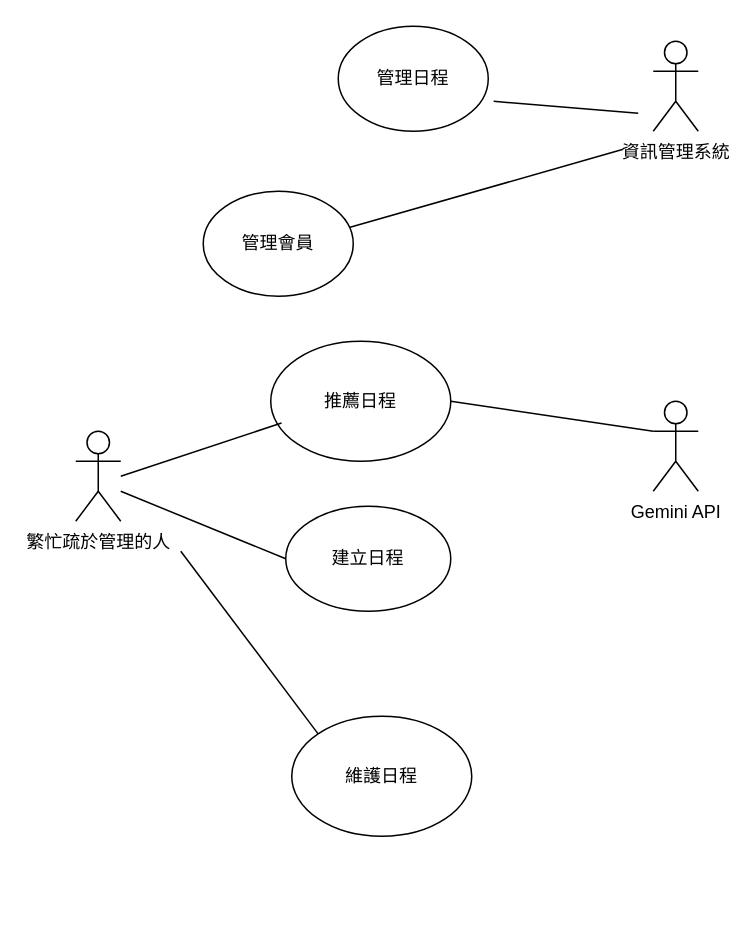
Earlier version of the draw.io diagram page "使用個案圖" (1 of 5) of 系統設計圖/總審UML.drawio (Kevincheng0804/Graduation-Topic). Source tidied: cells renumbered, new cells numbered last; positions are measured from the earlier drawing's top-left corner, leaving out a move shared by most shapes. Both pictures are drawn from the tidied source at 150%, with x=0, y=0 at pixel (75, 26).
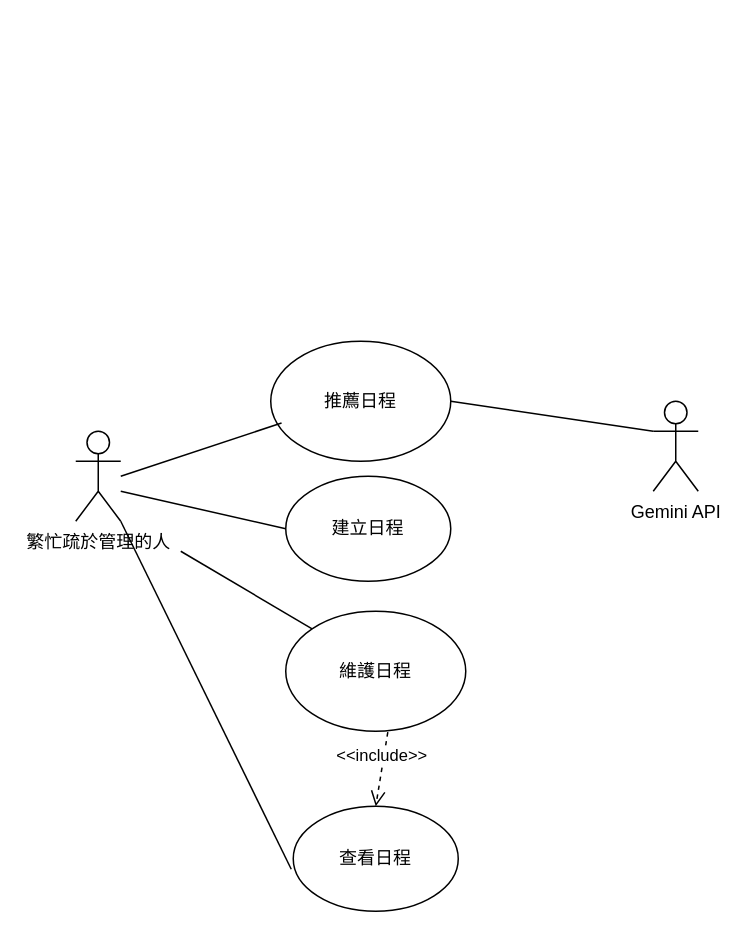
The same diagram, later.

Change to the diagram source:
```diff
@@
 <mxGraphModel>
   <root>
     <mxCell id="0" />
     <mxCell id="1" parent="0" />
     <mxCell id="2" value="繁忙疏於管理的人&lt;div&gt;&lt;br&gt;&lt;/div&gt;" style="shape=umlActor;verticalLabelPosition=bottom;verticalAlign=top;html=1;outlineConnect=0;" parent="1" vertex="1">
       <mxGeometry y="270" width="30" height="60" as="geometry" />
     </mxCell>
-    <mxCell id="3" value="管理會員" style="ellipse;whiteSpace=wrap;html=1;" parent="1" vertex="1">
-      <mxGeometry x="85" y="110" width="100" height="70" as="geometry" />
-    </mxCell>
     <mxCell id="4" value="建立日程" style="ellipse;whiteSpace=wrap;html=1;" parent="1" vertex="1">
-      <mxGeometry x="140" y="320" width="110" height="70" as="geometry" />
+      <mxGeometry x="140" y="300" width="110" height="70" as="geometry" />
     </mxCell>
     <mxCell id="5" value="維護日程" style="ellipse;whiteSpace=wrap;html=1;" parent="1" vertex="1">
-      <mxGeometry x="144" y="460" width="120" height="80" as="geometry" />
+      <mxGeometry x="140" y="390" width="120" height="80" as="geometry" />
     </mxCell>
-    <mxCell id="6" value="資訊管理系統" style="shape=umlActor;verticalLabelPosition=bottom;verticalAlign=top;html=1;" parent="1" vertex="1">
-      <mxGeometry x="385" y="10" width="30" height="60" as="geometry" />
-    </mxCell>
     <mxCell id="7" style="endArrow=none;html=1;rounded=0;entryX=0;entryY=0.5;entryDx=0;entryDy=0;" parent="1" edge="1" target="4">
       <mxGeometry relative="1" as="geometry">
         <mxPoint x="30" y="310" as="sourcePoint" />
       </mxGeometry>
     </mxCell>
     <mxCell id="8" style="endArrow=none;html=1;rounded=0;exitX=0;exitY=0;exitDx=0;exitDy=0;" parent="1" edge="1" source="5">
       <mxGeometry relative="1" as="geometry">
         <mxPoint x="70" y="350" as="targetPoint" />
       </mxGeometry>
     </mxCell>
     <mxCell id="9" style="endArrow=none;html=1;rounded=0;exitX=1;exitY=0.5;exitDx=0;exitDy=0;entryX=0;entryY=0.3333333333333333;entryDx=0;entryDy=0;entryPerimeter=0;" parent="1" edge="1" source="10" target="11">
       <mxGeometry relative="1" as="geometry" />
     </mxCell>
     <mxCell id="10" value="推薦日程" style="ellipse;whiteSpace=wrap;html=1;" parent="1" vertex="1">
       <mxGeometry x="130" y="210" width="120" height="80" as="geometry" />
     </mxCell>
     <mxCell id="11" value="Gemini API" style="shape=umlActor;verticalLabelPosition=bottom;verticalAlign=top;html=1;outlineConnect=0;" parent="1" vertex="1">
       <mxGeometry x="385" y="250" width="30" height="60" as="geometry" />
     </mxCell>
-    <mxCell id="12" style="endArrow=none;html=1;rounded=0;exitX=0.979;exitY=0.343;exitDx=0;exitDy=0;exitPerimeter=0;" parent="1" edge="1" source="3">
-      <mxGeometry relative="1" as="geometry">
-        <mxPoint x="365" y="82" as="targetPoint" />
-      </mxGeometry>
-    </mxCell>
-    <mxCell id="13" value="管理日程" style="ellipse;whiteSpace=wrap;html=1;" parent="1" vertex="1">
-      <mxGeometry x="175" width="100" height="70" as="geometry" />
-    </mxCell>
-    <mxCell id="14" style="endArrow=none;html=1;rounded=0;exitX=1.036;exitY=0.715;exitDx=0;exitDy=0;exitPerimeter=0;" parent="1" edge="1" source="13">
-      <mxGeometry relative="1" as="geometry">
-        <mxPoint x="375" y="58" as="targetPoint" />
-      </mxGeometry>
-    </mxCell>
     <mxCell id="15" style="endArrow=none;html=1;rounded=0;entryX=0.06;entryY=0.681;entryDx=0;entryDy=0;entryPerimeter=0;" parent="1" edge="1" target="10">
       <mxGeometry relative="1" as="geometry">
         <mxPoint x="30" y="300" as="sourcePoint" />
       </mxGeometry>
     </mxCell>
+    <mxCell id="16" value="查看日程" style="ellipse;whiteSpace=wrap;html=1;" parent="1" vertex="1">
+      <mxGeometry x="145" y="520" width="110" height="70" as="geometry" />
+    </mxCell>
+    <mxCell id="17" style="endArrow=none;html=1;rounded=0;entryX=-0.012;entryY=0.6;entryDx=0;entryDy=0;entryPerimeter=0;exitX=1;exitY=1;exitDx=0;exitDy=0;exitPerimeter=0;" parent="1" edge="1" source="2" target="16">
+      <mxGeometry relative="1" as="geometry" />
+    </mxCell>
+    <mxCell id="18" value="&amp;lt;&amp;lt;include&amp;gt;&amp;gt;" style="html=1;verticalAlign=bottom;endArrow=open;dashed=1;endSize=8;curved=0;rounded=0;exitX=0.567;exitY=1.008;exitDx=0;exitDy=0;exitPerimeter=0;entryX=0.5;entryY=0;entryDx=0;entryDy=0;" parent="1" edge="1" source="5" target="16">
+      <mxGeometry relative="1" as="geometry" />
+    </mxCell>
   </root>
 </mxGraphModel>
```
